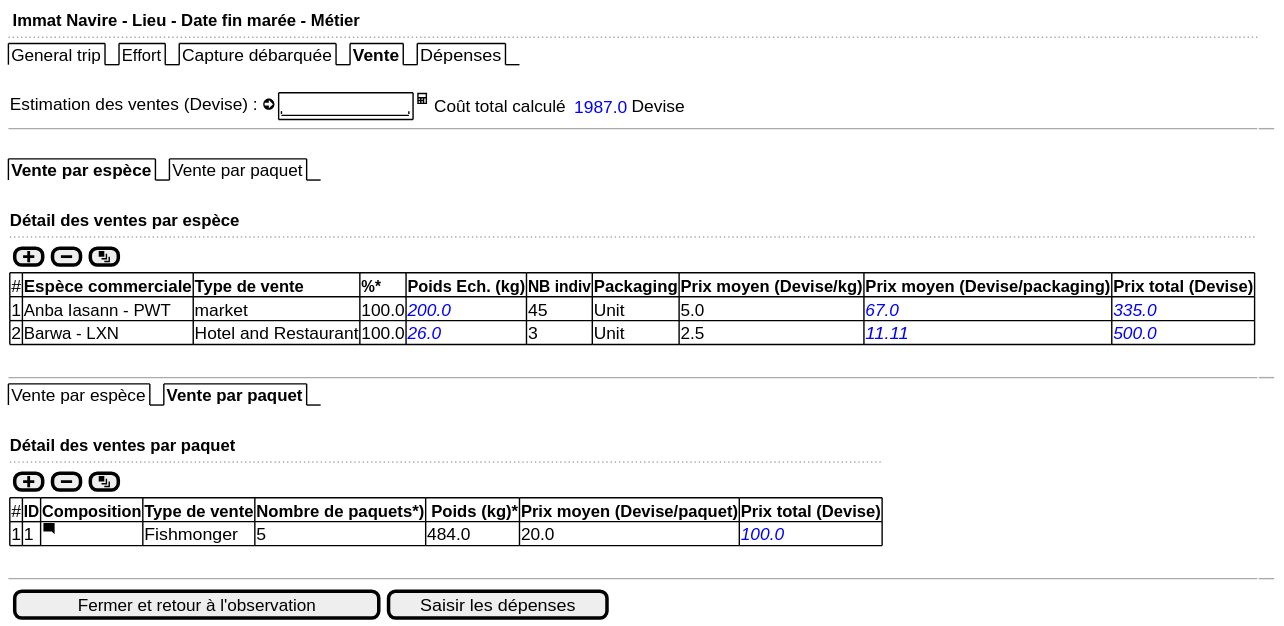
This is use-case/collect/trip/landing-ui-sales.svg from sumaris-net/sumaris-doc, a PlantUML export, as it was before one commit. Its source is kept beside it as use-case/collect/trip/landing-ui-sales.puml.
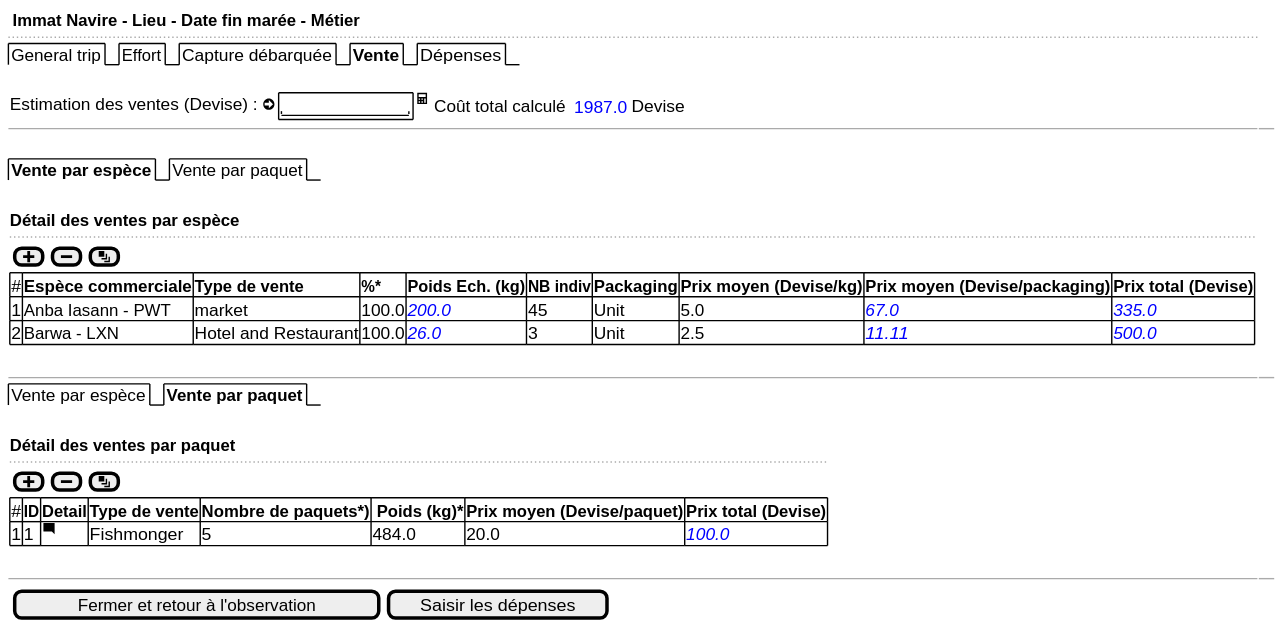
After the change.

What changed in the source:
```diff
@@ -30,8 +30,8 @@
   {[<&plus>] | [<&minus>] | [<&layers>]}
 
   {#
-  # | <b>ID | <b>Composition | <b>Type de vente | <b>Nombre de paquets*)   | <b> Poids (kg)* | <b>Prix moyen (Devise/paquet) | <b>Prix total (Devise)
-  1 | 1     | <&comment-square>              | Fishmonger       | 5             | 484.0 | 20.0 | <color:blue><i>100.0
+  # | <b>ID | <b>Detail         | <b>Type de vente | <b>Nombre de paquets*)   | <b> Poids (kg)* | <b>Prix moyen (Devise/paquet) | <b>Prix total (Devise)
+  1 | 1     | <&comment-square> | Fishmonger       | 5             | 484.0 | 20.0 | <color:blue><i>100.0
   }
   }
   .
```
